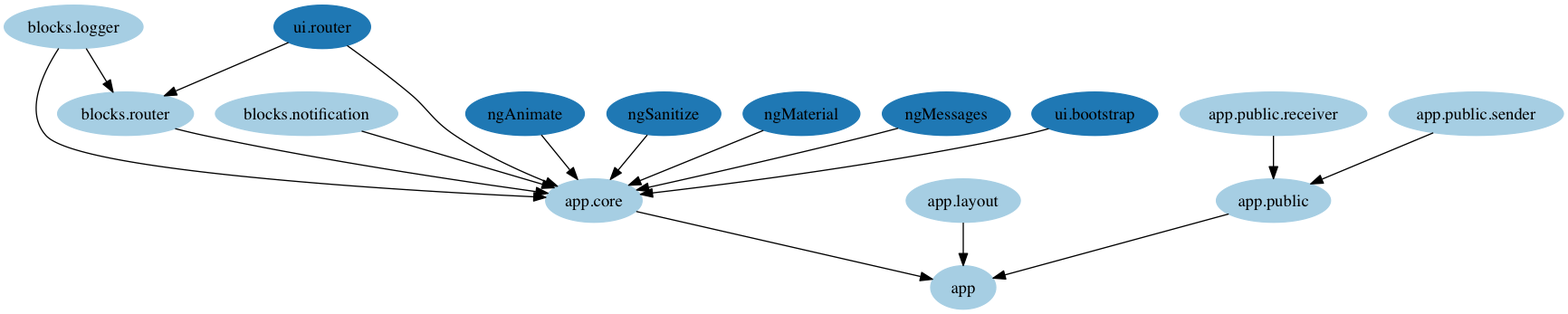
Above: client/architecture/png/modules.png in andrea-spotsoftware/angular-signalR (Graphviz), before the change. Its source is kept beside it as client/architecture/dot/modules.dot. The source it was exported from:
```dot
digraph dependencies {
  node[shape="ellipse",style="filled",colorscheme=paired12]


    "blocks.logger"[label="blocks.logger", color=1]

    "blocks.notification"[label="blocks.notification", color=1]

    "blocks.router"[label="blocks.router", color=1]

    "app.core"[label="app.core", color=1]

    "app.layout"[label="app.layout", color=1]

    "app"[label="app", color=1]

    "app.public"[label="app.public", color=1]

    "app.public.receiver"[label="app.public.receiver", color=1]

    "app.public.sender"[label="app.public.sender", color=1]


  node[shape="ellipse",style="filled",color=2]






      "ui.router" -> "blocks.router"

      "blocks.logger" -> "blocks.router"



      "ngAnimate" -> "app.core"

      "ngSanitize" -> "app.core"

      "ngMaterial" -> "app.core"

      "ngMessages" -> "app.core"

      "blocks.logger" -> "app.core"

      "blocks.router" -> "app.core"

      "blocks.notification" -> "app.core"

      "ui.bootstrap" -> "app.core"

      "ui.router" -> "app.core"





      "app.core" -> "app"

      "app.layout" -> "app"

      "app.public" -> "app"



      "app.public.receiver" -> "app.public"

      "app.public.sender" -> "app.public"






}
```
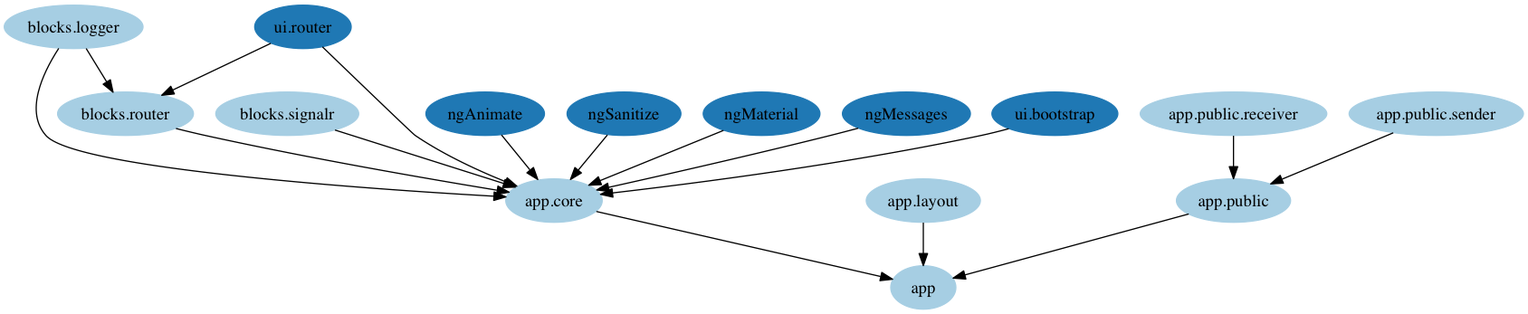
The same file after the commit.

The edit, as a diff of the source:
```diff
@@ -4,9 +4,9 @@
 
     "blocks.logger"[label="blocks.logger", color=1]
 
-    "blocks.notification"[label="blocks.notification", color=1]
+    "blocks.router"[label="blocks.router", color=1]
 
-    "blocks.router"[label="blocks.router", color=1]
+    "blocks.signalr"[label="blocks.signalr", color=1]
 
     "app.core"[label="app.core", color=1]
 
@@ -26,11 +26,11 @@
 
 
 
-
-
       "ui.router" -> "blocks.router"
 
       "blocks.logger" -> "blocks.router"
+
+
 
 
 
@@ -46,7 +46,7 @@
 
       "blocks.router" -> "app.core"
 
-      "blocks.notification" -> "app.core"
+      "blocks.signalr" -> "app.core"
 
       "ui.bootstrap" -> "app.core"
 
```
